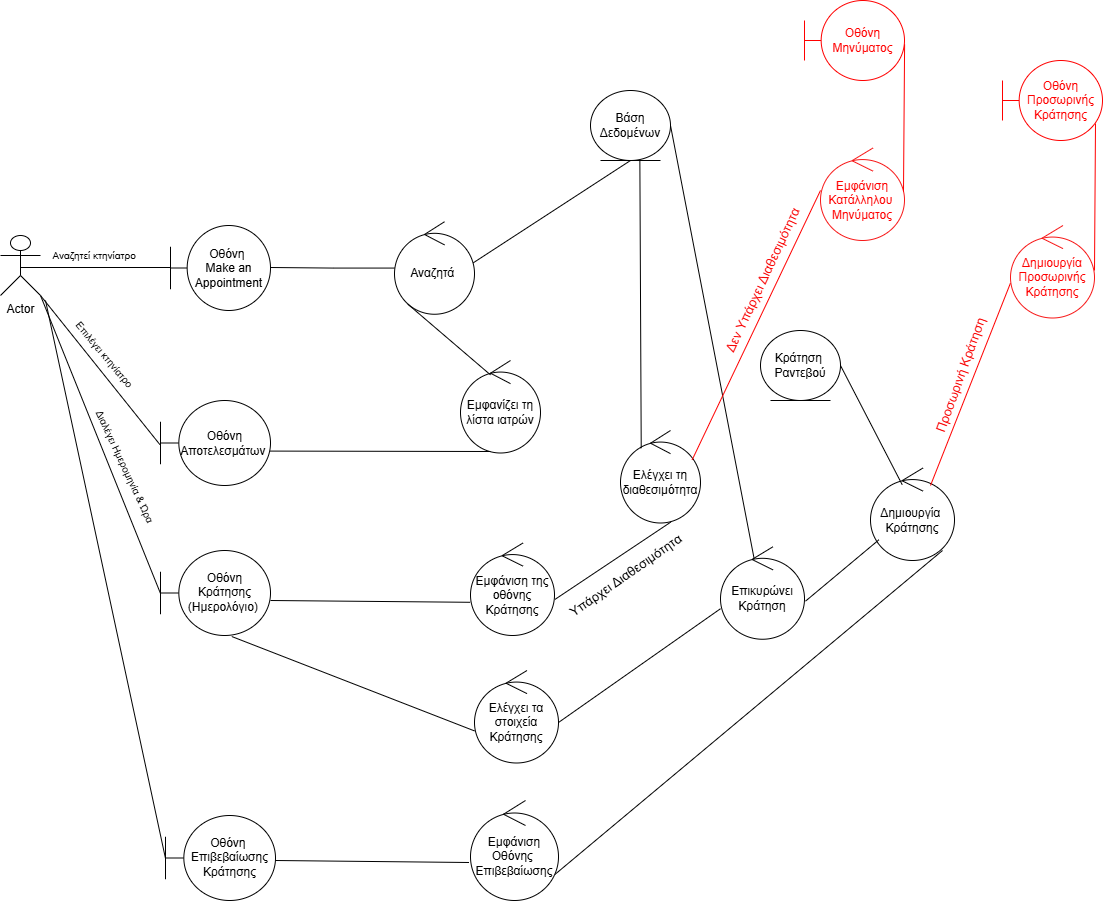
GeorgeTsav/Software-Technology---Project-2024-2025 keeps this draw.io diagram as RD-UC-9.png. Above is the earlier version. Source tidied: cells renumbered, new cells last; positions are measured from the earlier drawing's top-left corner, leaving out a move shared by most shapes.
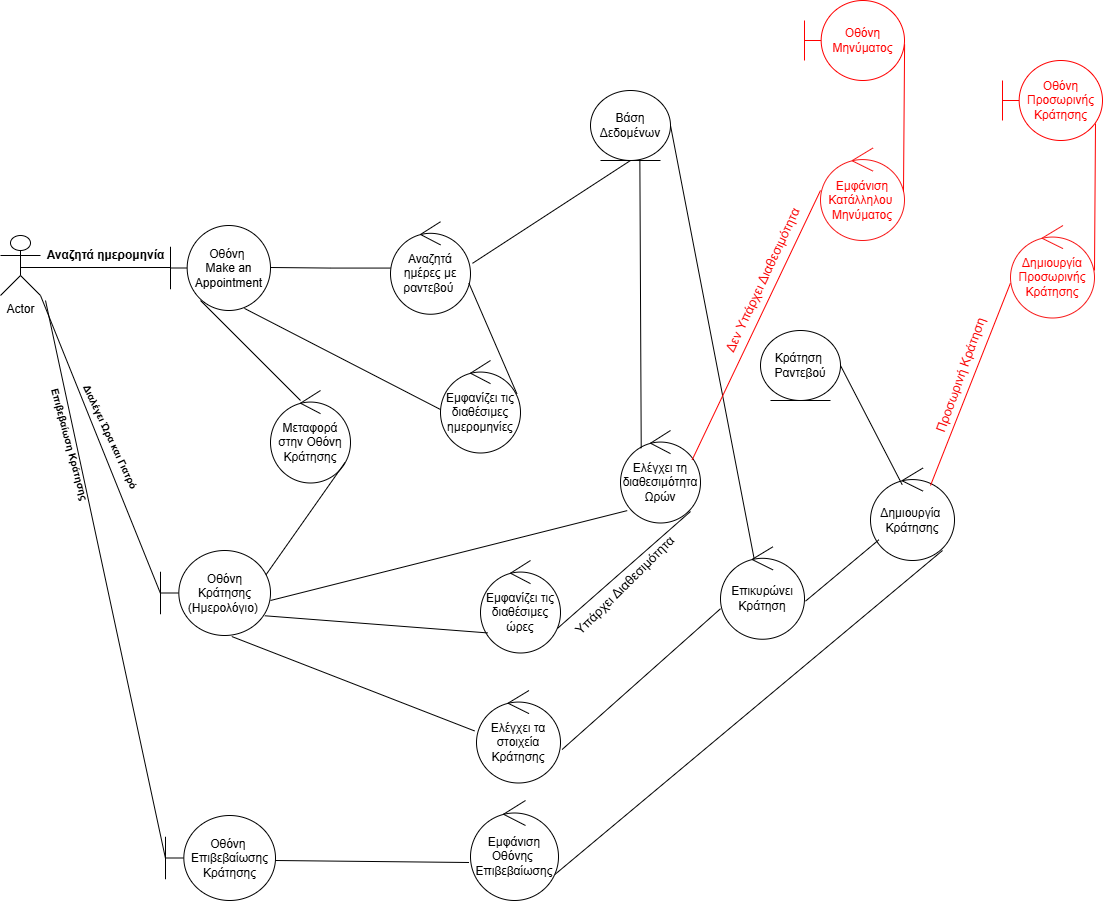
Later version of the same file.

The edit, as a diff of the source:
```diff
@@ -17,9 +17,6 @@
         <mxPoint x="170" y="267" as="targetPoint" />
       </mxGeometry>
     </mxCell>
-    <mxCell id="6" value="&lt;font style=&quot;font-size: 10px;&quot;&gt;Αναζητεί κτηνίατρο&amp;nbsp;&lt;/font&gt;" style="text;html=1;align=center;verticalAlign=middle;strokeColor=none;fillColor=none;" parent="1" vertex="1">
-      <mxGeometry x="40" y="240" width="110" height="30" as="geometry" />
-    </mxCell>
     <mxCell id="7" style="endArrow=none;html=1;edgeStyle=orthogonalEdgeStyle;rounded=0;" parent="1" edge="1" target="10">
       <mxGeometry relative="1" as="geometry">
         <mxPoint x="270" y="267" as="sourcePoint" />
@@ -30,48 +27,26 @@
         <mxPoint x="472" y="262.8" as="sourcePoint" />
       </mxGeometry>
     </mxCell>
-    <mxCell id="9" value="Εμφανίζει τη λίστα ιατρών" style="ellipse;shape=umlControl;whiteSpace=wrap;html=1;" parent="1" vertex="1">
-      <mxGeometry x="460" y="360" width="80" height="92.5" as="geometry" />
+    <mxCell id="9" value="Εμφανίζει τις διαθέσιμες ημερομηνίες" style="ellipse;shape=umlControl;whiteSpace=wrap;html=1;" parent="1" vertex="1">
+      <mxGeometry x="440" y="360" width="80" height="92.5" as="geometry" />
     </mxCell>
-    <mxCell id="10" value="Αναζητά&amp;nbsp;" style="ellipse;shape=umlControl;whiteSpace=wrap;html=1;" parent="1" vertex="1">
-      <mxGeometry x="394" y="221.2" width="80" height="92.5" as="geometry" />
+    <mxCell id="10" value="Αναζητά ημέρες με ραντεβού&amp;nbsp;" style="ellipse;shape=umlControl;whiteSpace=wrap;html=1;" parent="1" vertex="1">
+      <mxGeometry x="390" y="221.2" width="80" height="92.5" as="geometry" />
     </mxCell>
-    <mxCell id="11" style="endArrow=none;html=1;rounded=0;exitX=0.168;exitY=0.892;exitDx=0;exitDy=0;exitPerimeter=0;" parent="1" edge="1" source="10">
-      <mxGeometry relative="1" as="geometry">
-        <mxPoint x="490" y="374.4" as="targetPoint" />
-      </mxGeometry>
+    <mxCell id="11" style="endArrow=none;html=1;rounded=0;exitX=0.98;exitY=0.664;exitDx=0;exitDy=0;exitPerimeter=0;entryX=0.955;entryY=0.36;entryDx=0;entryDy=0;entryPerimeter=0;" parent="1" edge="1" source="10" target="9">
+      <mxGeometry relative="1" as="geometry" />
     </mxCell>
-    <mxCell id="12" style="endArrow=none;html=1;rounded=0;exitX=0.978;exitY=0.595;exitDx=0;exitDy=0;exitPerimeter=0;" parent="1" edge="1" source="13">
-      <mxGeometry relative="1" as="geometry">
-        <mxPoint x="490" y="451" as="targetPoint" />
-      </mxGeometry>
-    </mxCell>
-    <mxCell id="13" value="Οθόνη Αποτελεσμάτων&amp;nbsp;" style="shape=umlBoundary;whiteSpace=wrap;html=1;" parent="1" vertex="1">
-      <mxGeometry x="160" y="400" width="110" height="85" as="geometry" />
-    </mxCell>
-    <mxCell id="14" style="endArrow=none;html=1;rounded=0;entryX=-0.006;entryY=0.518;entryDx=0;entryDy=0;entryPerimeter=0;exitX=1;exitY=1;exitDx=0;exitDy=0;exitPerimeter=0;" parent="1" edge="1" source="2" target="13">
-      <mxGeometry relative="1" as="geometry" />
-    </mxCell>
-    <mxCell id="15" value="&lt;font style=&quot;font-size: 10px;&quot;&gt;Επιλέγει κτηνίατρο&amp;nbsp;&lt;/font&gt;" style="text;html=1;align=center;verticalAlign=middle;strokeColor=none;fillColor=none;rotation=50;" parent="1" vertex="1">
-      <mxGeometry x="50" y="340" width="110" height="30" as="geometry" />
-    </mxCell>
     <mxCell id="16" value="Οθόνη Κράτησης&lt;div&gt;(Ημερολόγιο)&amp;nbsp;&lt;/div&gt;" style="shape=umlBoundary;whiteSpace=wrap;html=1;" parent="1" vertex="1">
       <mxGeometry x="160" y="550" width="110" height="85" as="geometry" />
     </mxCell>
-    <mxCell id="17" value="Εμφάνιση της οθόνης Κράτησης" style="ellipse;shape=umlControl;whiteSpace=wrap;html=1;" parent="1" vertex="1">
-      <mxGeometry x="470" y="542.5" width="84" height="92.5" as="geometry" />
-    </mxCell>
-    <mxCell id="18" style="endArrow=none;html=1;rounded=0;exitX=0.978;exitY=0.595;exitDx=0;exitDy=0;exitPerimeter=0;entryX=-0.004;entryY=0.641;entryDx=0;entryDy=0;entryPerimeter=0;" parent="1" edge="1" target="17">
+    <mxCell id="18" style="endArrow=none;html=1;rounded=0;exitX=0.978;exitY=0.595;exitDx=0;exitDy=0;exitPerimeter=0;entryX=0.084;entryY=0.866;entryDx=0;entryDy=0;entryPerimeter=0;" parent="1" edge="1" target="19">
       <mxGeometry relative="1" as="geometry">
         <mxPoint x="270" y="600" as="sourcePoint" />
       </mxGeometry>
     </mxCell>
-    <mxCell id="19" value="Ελέγχει τη διαθεσιμότητα" style="ellipse;shape=umlControl;whiteSpace=wrap;html=1;" parent="1" vertex="1">
+    <mxCell id="19" value="Ελέγχει τη διαθεσιμότητα&lt;div&gt;Ωρών&lt;/div&gt;" style="ellipse;shape=umlControl;whiteSpace=wrap;html=1;" parent="1" vertex="1">
       <mxGeometry x="620" y="430" width="80" height="92.5" as="geometry" />
     </mxCell>
-    <mxCell id="20" style="endArrow=none;html=1;rounded=0;entryX=0.629;entryY=0.99;entryDx=0;entryDy=0;exitX=1.007;exitY=0.609;exitDx=0;exitDy=0;exitPerimeter=0;entryPerimeter=0;" parent="1" edge="1" source="17" target="19">
-      <mxGeometry relative="1" as="geometry" />
-    </mxCell>
     <mxCell id="21" style="endArrow=none;html=1;rounded=0;exitX=0.259;exitY=0.192;exitDx=0;exitDy=0;exitPerimeter=0;" parent="1" edge="1" source="19">
       <mxGeometry relative="1" as="geometry">
         <mxPoint x="639.4" y="160" as="targetPoint" />
@@ -82,14 +57,14 @@
         <mxPoint x="160" y="593" as="targetPoint" />
       </mxGeometry>
     </mxCell>
-    <mxCell id="23" value="&lt;span style=&quot;font-size: 10px;&quot;&gt;Διαλέγει Ημερομηνία &amp;amp; Ώρα&amp;nbsp;&lt;/span&gt;" style="text;html=1;align=center;verticalAlign=middle;strokeColor=none;fillColor=none;rotation=65;" parent="1" vertex="1">
-      <mxGeometry x="50" y="452.5" width="150" height="30" as="geometry" />
+    <mxCell id="23" value="&lt;span style=&quot;font-size: 10px;&quot;&gt;&lt;b&gt;Διαλέγει Ώρα και Γιατρό&lt;/b&gt;&lt;/span&gt;" style="text;html=1;align=center;verticalAlign=middle;strokeColor=none;fillColor=none;rotation=65;" parent="1" vertex="1">
+      <mxGeometry x="40" y="421.2" width="140" height="30" as="geometry" />
     </mxCell>
-    <mxCell id="24" value="&lt;span&gt;Υπάρχει Διαθεσιμότητα&lt;/span&gt;" style="text;html=1;align=center;verticalAlign=middle;strokeColor=none;fillColor=none;rotation=-35;fontSize=13;" parent="1" vertex="1">
-      <mxGeometry x="545" y="560" width="160" height="30" as="geometry" />
+    <mxCell id="24" value="&lt;span&gt;Υπάρχει Διαθεσιμότητα&lt;/span&gt;" style="text;html=1;align=center;verticalAlign=middle;strokeColor=none;fillColor=none;rotation=-45;fontSize=13;" parent="1" vertex="1">
+      <mxGeometry x="544" y="570" width="160" height="30" as="geometry" />
     </mxCell>
     <mxCell id="25" value="Ελέγχει τα στοιχεία Κράτησης" style="ellipse;shape=umlControl;whiteSpace=wrap;html=1;" parent="1" vertex="1">
-      <mxGeometry x="474" y="670" width="84" height="92.5" as="geometry" />
+      <mxGeometry x="476" y="690" width="84" height="92.5" as="geometry" />
     </mxCell>
     <mxCell id="26" value="Επικυρώνει Κράτηση" style="ellipse;shape=umlControl;whiteSpace=wrap;html=1;" parent="1" vertex="1">
       <mxGeometry x="720" y="546.2" width="84" height="92.5" as="geometry" />
@@ -99,10 +74,8 @@
         <mxPoint x="474" y="730.4" as="targetPoint" />
       </mxGeometry>
     </mxCell>
-    <mxCell id="28" style="endArrow=none;html=1;rounded=0;entryX=0;entryY=0.67;entryDx=0;entryDy=0;entryPerimeter=0;" parent="1" edge="1" target="26">
-      <mxGeometry relative="1" as="geometry">
-        <mxPoint x="558" y="722" as="sourcePoint" />
-      </mxGeometry>
+    <mxCell id="28" style="endArrow=none;html=1;rounded=0;entryX=0;entryY=0.67;entryDx=0;entryDy=0;entryPerimeter=0;exitX=1.019;exitY=0.638;exitDx=0;exitDy=0;exitPerimeter=0;" parent="1" edge="1" source="25" target="26">
+      <mxGeometry relative="1" as="geometry" />
     </mxCell>
     <mxCell id="29" style="endArrow=none;html=1;rounded=0;entryX=1;entryY=0.5;entryDx=0;entryDy=0;exitX=0.401;exitY=0.132;exitDx=0;exitDy=0;exitPerimeter=0;" parent="1" edge="1" source="26" target="3">
       <mxGeometry relative="1" as="geometry" />
@@ -177,5 +150,36 @@
     <mxCell id="48" value="&lt;span&gt;Προσωρινή Κράτηση&lt;/span&gt;" style="text;html=1;align=center;verticalAlign=middle;strokeColor=none;fillColor=none;rotation=-70;fontSize=13;fontColor=light-dark(#f90606, #ededed);" parent="1" vertex="1">
       <mxGeometry x="890" y="360" width="140" height="30" as="geometry" />
     </mxCell>
+    <mxCell id="49" value="&lt;b&gt;Αναζητά ημερομηνία&lt;/b&gt;" style="text;html=1;align=center;verticalAlign=middle;strokeColor=none;fillColor=none;" parent="1" vertex="1">
+      <mxGeometry x="35" y="240" width="140" height="30" as="geometry" />
+    </mxCell>
+    <mxCell id="50" style="endArrow=none;html=1;rounded=0;entryX=0;entryY=0.53;entryDx=0;entryDy=0;entryPerimeter=0;exitX=0.739;exitY=0.975;exitDx=0;exitDy=0;exitPerimeter=0;" parent="1" edge="1" source="4" target="9">
+      <mxGeometry relative="1" as="geometry" />
+    </mxCell>
+    <mxCell id="51" value="Μεταφορά στην Οθόνη Κράτησης" style="ellipse;shape=umlControl;whiteSpace=wrap;html=1;" parent="1" vertex="1">
+      <mxGeometry x="270" y="390" width="80" height="92.5" as="geometry" />
+    </mxCell>
+    <mxCell id="52" style="endArrow=none;html=1;rounded=0;entryX=0.375;entryY=0.108;entryDx=0;entryDy=0;entryPerimeter=0;" parent="1" edge="1" target="51">
+      <mxGeometry relative="1" as="geometry">
+        <mxPoint x="200" y="300" as="sourcePoint" />
+      </mxGeometry>
+    </mxCell>
+    <mxCell id="53" style="endArrow=none;html=1;rounded=0;exitX=0.93;exitY=0.78;exitDx=0;exitDy=0;exitPerimeter=0;entryX=0.96;entryY=0.284;entryDx=0;entryDy=0;entryPerimeter=0;" parent="1" edge="1" source="51" target="16">
+      <mxGeometry relative="1" as="geometry" />
+    </mxCell>
+    <mxCell id="54" value="Εμφανίζει τις διαθέσιμες ώρες" style="ellipse;shape=umlControl;whiteSpace=wrap;html=1;" parent="1" vertex="1">
+      <mxGeometry x="480" y="560" width="80" height="92.5" as="geometry" />
+    </mxCell>
+    <mxCell id="55" style="endArrow=none;html=1;rounded=0;entryX=0.962;entryY=0.734;entryDx=0;entryDy=0;entryPerimeter=0;" parent="1" edge="1" target="54">
+      <mxGeometry relative="1" as="geometry">
+        <mxPoint x="690" y="511" as="sourcePoint" />
+      </mxGeometry>
+    </mxCell>
+    <mxCell id="56" style="endArrow=none;html=1;rounded=0;exitX=0.091;exitY=0.783;exitDx=0;exitDy=0;exitPerimeter=0;entryX=0.949;entryY=0.768;entryDx=0;entryDy=0;entryPerimeter=0;" parent="1" edge="1" source="54" target="16">
+      <mxGeometry relative="1" as="geometry" />
+    </mxCell>
+    <mxCell id="57" value="&lt;font style=&quot;font-size: 10px;&quot;&gt;&lt;b&gt;Επιβεβαίωση Κράτησης&amp;nbsp;&lt;/b&gt;&lt;/font&gt;" style="text;html=1;align=center;verticalAlign=middle;strokeColor=none;fillColor=none;rotation=75;" parent="1" vertex="1">
+      <mxGeometry y="430" width="140" height="30" as="geometry" />
+    </mxCell>
   </root>
 </mxGraphModel>
```
